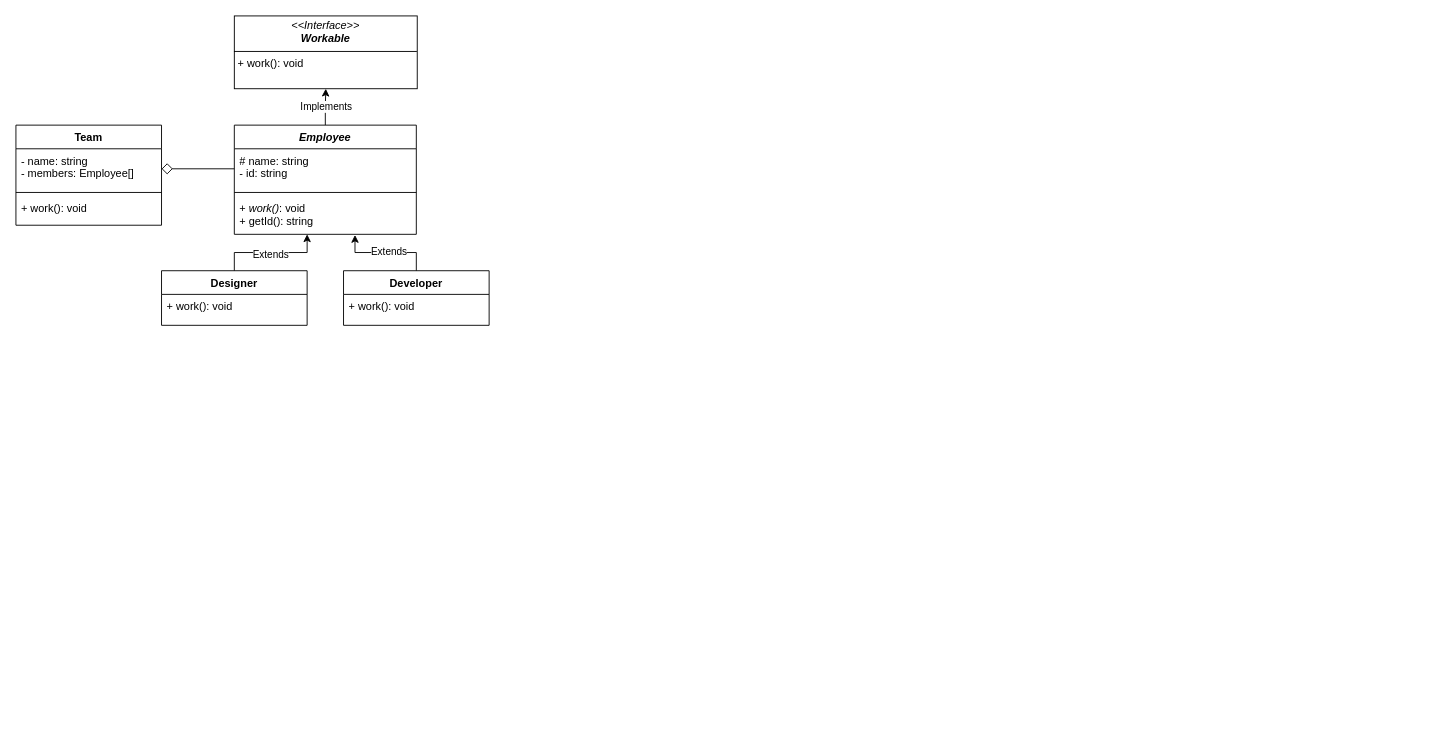
Above: Untitled Diagram.drawio in ccbabcn/oop-and-uml-introduction (draw.io), before the change. Source tidied: cells renumbered, new cells numbered last; positions are measured from the earlier drawing's top-left corner, leaving out a move shared by most shapes. Both pictures are drawn from the tidied source at 91%, with x=0, y=0 at pixel (15, 15).
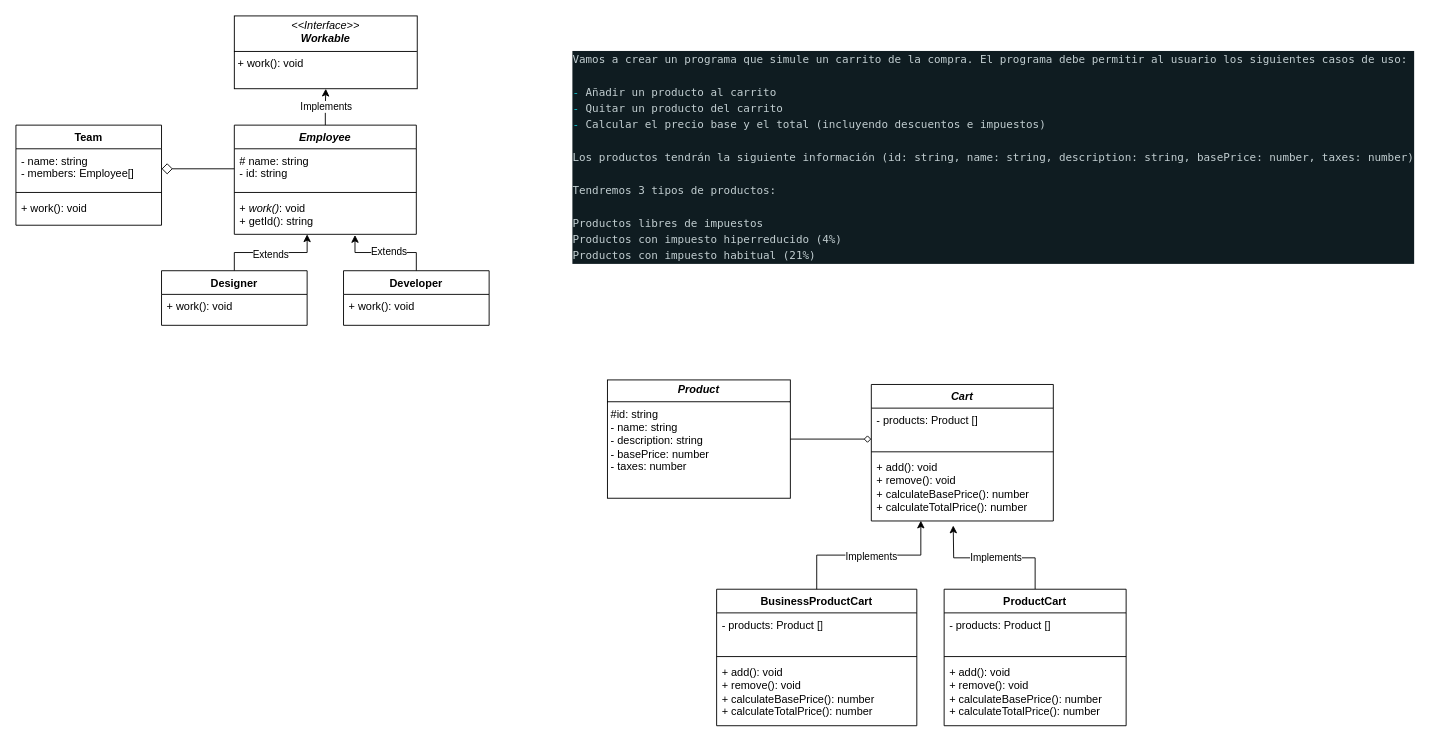
The same page after the edit.

What changed in the source:
```diff
@@
+    <mxCell id="22" value="&lt;div style=&quot;color: rgb(194, 206, 209); background-color: rgb(15, 28, 33); font-family: Menlo, Monaco, &amp;quot;Courier New&amp;quot;, monospace; line-height: 18px; white-space-collapse: preserve;&quot;&gt;&lt;div&gt;Vamos a crear un programa que simule un carrito de la compra. El programa debe permitir al usuario los siguientes casos de uso:&lt;/div&gt;&lt;br&gt;&lt;div&gt;&lt;span style=&quot;color: #10bdc9;&quot;&gt;-&lt;/span&gt; Añadir un producto al carrito&lt;/div&gt;&lt;div&gt;&lt;span style=&quot;color: #10bdc9;&quot;&gt;-&lt;/span&gt; Quitar un producto del carrito&lt;/div&gt;&lt;div&gt;&lt;span style=&quot;color: #10bdc9;&quot;&gt;-&lt;/span&gt; Calcular el precio base y el total (incluyendo descuentos e impuestos)&lt;/div&gt;&lt;br&gt;&lt;div&gt;Los productos tendrán la siguiente información (id: string, name: string, description: string, basePrice: number, taxes: number)&lt;/div&gt;&lt;br&gt;&lt;div&gt;Tendremos 3 tipos de productos:&lt;/div&gt;&lt;br&gt;&lt;div&gt;Productos libres de impuestos&lt;/div&gt;&lt;div&gt;Productos con impuesto hiperreducido (4%)&lt;/div&gt;&lt;div style=&quot;&quot;&gt;Productos con impuesto habitual (21%)&lt;/div&gt;&lt;/div&gt;" style="text;html=1;align=left;verticalAlign=middle;strokeColor=none;fillColor=none;" parent="1" vertex="1">
+      <mxGeometry x="610" y="30" width="950" height="250" as="geometry" />
+    </mxCell>
+    <mxCell id="23" value="&lt;p style=&quot;margin:0px;margin-top:4px;text-align:center;&quot;&gt;&lt;b&gt;&lt;i&gt;Product&lt;/i&gt;&lt;/b&gt;&lt;/p&gt;&lt;hr size=&quot;1&quot; style=&quot;border-style:solid;&quot;&gt;&lt;p style=&quot;margin:0px;margin-left:4px;&quot;&gt;&lt;span style=&quot;background-color: initial;&quot;&gt;#id: string&lt;/span&gt;&lt;br&gt;&lt;/p&gt;&lt;p style=&quot;margin:0px;margin-left:4px;&quot;&gt;&lt;span style=&quot;background-color: initial;&quot;&gt;- name: string&lt;/span&gt;&lt;/p&gt;&lt;p style=&quot;margin:0px;margin-left:4px;&quot;&gt;&lt;span style=&quot;background-color: initial;&quot;&gt;- description: string&lt;/span&gt;&lt;/p&gt;&lt;p style=&quot;margin:0px;margin-left:4px;&quot;&gt;&lt;span style=&quot;background-color: initial;&quot;&gt;- basePrice: number&lt;/span&gt;&lt;/p&gt;&lt;p style=&quot;margin:0px;margin-left:4px;&quot;&gt;&lt;span style=&quot;background-color: initial;&quot;&gt;- taxes: number&lt;/span&gt;&lt;/p&gt;&lt;p style=&quot;margin:0px;margin-left:4px;&quot;&gt;&lt;span style=&quot;background-color: initial;&quot;&gt;&lt;br&gt;&lt;/span&gt;&lt;/p&gt;" style="verticalAlign=top;align=left;overflow=fill;html=1;whiteSpace=wrap;" parent="1" vertex="1">
+      <mxGeometry x="650" y="400" width="201" height="130" as="geometry" />
+    </mxCell>
+    <mxCell id="24" value="&lt;i&gt;Cart&lt;/i&gt;" style="swimlane;fontStyle=1;align=center;verticalAlign=top;horizontal=1;startSize=26;whiteSpace=wrap;html=1;" parent="1" vertex="1">
+      <mxGeometry x="940" y="405" width="200" height="150" as="geometry" />
+    </mxCell>
+    <mxCell id="25" value="&lt;div&gt;- products: Product []&lt;/div&gt;" style="text;strokeColor=none;fillColor=none;align=left;verticalAlign=top;spacingLeft=4;spacingRight=4;overflow=hidden;points=[[0,0.5],[1,0.5]];portConstraint=eastwest;whiteSpace=wrap;html=1;" parent="24" vertex="1">
+      <mxGeometry y="26" width="200" height="44" as="geometry" />
+    </mxCell>
+    <mxCell id="26" style="line;strokeWidth=1;fillColor=none;align=left;verticalAlign=middle;spacingTop=-1;spacingLeft=3;spacingRight=3;labelPosition=right;strokeColor=inherit;" parent="24" vertex="1">
+      <mxGeometry y="70" width="200" height="8" as="geometry" />
+    </mxCell>
+    <mxCell id="27" value="+ add(): void&lt;div&gt;+ remove(): void&lt;/div&gt;&lt;div&gt;+ calculateBasePrice(): number&lt;br&gt;&lt;/div&gt;&lt;div&gt;+ calculateTotalPrice(): number&lt;/div&gt;" style="text;strokeColor=none;fillColor=none;align=left;verticalAlign=top;spacingLeft=4;spacingRight=4;overflow=hidden;points=[[0,0.5],[1,0.5]];portConstraint=eastwest;whiteSpace=wrap;html=1;" parent="24" vertex="1">
+      <mxGeometry y="78" width="200" height="72" as="geometry" />
+    </mxCell>
+    <mxCell id="28" style="edgeStyle=orthogonalEdgeStyle;rounded=0;jettySize=auto;html=1;entryX=0;entryY=0.773;entryDx=0;entryDy=0;entryPerimeter=0;endArrow=diamond;endFill=0;" parent="1" edge="1" source="23" target="25">
+      <mxGeometry relative="1" as="geometry" />
+    </mxCell>
+    <mxCell id="29" style="edgeStyle=orthogonalEdgeStyle;rounded=0;jettySize=auto;html=1;exitX=0.5;exitY=0;exitDx=0;exitDy=0;" parent="1" edge="1" source="31">
+      <mxGeometry relative="1" as="geometry">
+        <mxPoint x="1030" y="560" as="targetPoint" />
+      </mxGeometry>
+    </mxCell>
+    <mxCell id="30" value="Implements" style="edgeLabel;html=1;align=center;verticalAlign=middle;" parent="29" vertex="1">
+      <mxGeometry x="-0.02" relative="1" as="geometry" />
+    </mxCell>
+    <mxCell id="31" value="ProductCart" style="swimlane;fontStyle=1;align=center;verticalAlign=top;horizontal=1;startSize=26;whiteSpace=wrap;html=1;" parent="1" vertex="1">
+      <mxGeometry x="1020" y="630" width="200" height="150" as="geometry" />
+    </mxCell>
+    <mxCell id="32" value="&lt;div&gt;- products: Product []&lt;/div&gt;" style="text;strokeColor=none;fillColor=none;align=left;verticalAlign=top;spacingLeft=4;spacingRight=4;overflow=hidden;whiteSpace=wrap;html=1;" parent="31" vertex="1">
+      <mxGeometry y="26" width="200" height="44" as="geometry" />
+    </mxCell>
+    <mxCell id="33" style="line;strokeWidth=1;fillColor=none;align=left;verticalAlign=middle;spacingTop=-1;spacingLeft=3;spacingRight=3;labelPosition=right;strokeColor=inherit;" parent="31" vertex="1">
+      <mxGeometry y="70" width="200" height="8" as="geometry" />
+    </mxCell>
+    <mxCell id="34" value="+ add(): void&lt;div&gt;+ remove(): void&lt;/div&gt;&lt;div&gt;+ calculateBasePrice(): number&lt;br&gt;&lt;/div&gt;&lt;div&gt;+ calculateTotalPrice(): number&lt;/div&gt;" style="text;strokeColor=none;fillColor=none;align=left;verticalAlign=top;spacingLeft=4;spacingRight=4;overflow=hidden;whiteSpace=wrap;html=1;" parent="31" vertex="1">
+      <mxGeometry y="78" width="200" height="72" as="geometry" />
+    </mxCell>
+    <mxCell id="35" value="BusinessProductCart" style="swimlane;fontStyle=1;align=center;verticalAlign=top;horizontal=1;startSize=26;whiteSpace=wrap;html=1;" parent="1" vertex="1">
+      <mxGeometry x="770" y="630" width="220" height="150" as="geometry" />
+    </mxCell>
+    <mxCell id="36" value="&lt;div&gt;- products: Product []&lt;/div&gt;" style="text;strokeColor=none;fillColor=none;align=left;verticalAlign=top;spacingLeft=4;spacingRight=4;overflow=hidden;whiteSpace=wrap;html=1;" parent="35" vertex="1">
+      <mxGeometry y="26" width="220" height="44" as="geometry" />
+    </mxCell>
+    <mxCell id="37" style="line;strokeWidth=1;fillColor=none;align=left;verticalAlign=middle;spacingTop=-1;spacingLeft=3;spacingRight=3;labelPosition=right;strokeColor=inherit;" parent="35" vertex="1">
+      <mxGeometry y="70" width="220" height="8" as="geometry" />
+    </mxCell>
+    <mxCell id="38" value="+ add(): void&lt;div&gt;+ remove(): void&lt;/div&gt;&lt;div&gt;+ calculateBasePrice(): number&lt;br&gt;&lt;/div&gt;&lt;div&gt;+ calculateTotalPrice(): number&lt;/div&gt;" style="text;strokeColor=none;fillColor=none;align=left;verticalAlign=top;spacingLeft=4;spacingRight=4;overflow=hidden;whiteSpace=wrap;html=1;" parent="35" vertex="1">
+      <mxGeometry y="78" width="220" height="72" as="geometry" />
+    </mxCell>
+    <mxCell id="39" style="edgeStyle=orthogonalEdgeStyle;rounded=0;jettySize=auto;html=1;entryX=0.272;entryY=0.995;entryDx=0;entryDy=0;entryPerimeter=0;" parent="1" edge="1" source="35" target="27">
+      <mxGeometry relative="1" as="geometry" />
+    </mxCell>
+    <mxCell id="40" value="Implements" style="edgeLabel;html=1;align=center;verticalAlign=middle;" parent="39" vertex="1">
+      <mxGeometry x="0.02" y="-1" relative="1" as="geometry" />
+    </mxCell>
```
